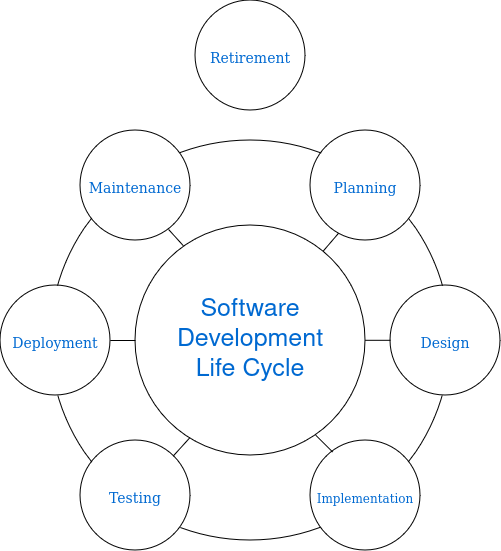
This is src/django/docs/assets/app-design/sdlc.png from ldynia/learning-api-styles, a draw.io export, as it was before one commit. Source tidied: cells renumbered, new cells last; positions are measured from the earlier drawing's top-left corner, leaving out a move shared by most shapes. Its diagram source:
```xml
<mxGraphModel>
  <root>
    <mxCell id="0" />
    <mxCell id="1" parent="0" />
    <mxCell id="2" style="ellipse;whiteSpace=wrap;html=1;rounded=0;shadow=0;dashed=0;comic=0;fontFamily=Verdana;fontSize=22;fontColor=#0069D1;fillColor=none;strokeColor=#000000;" parent="1" vertex="1">
      <mxGeometry x="50" y="140" width="400" height="400" as="geometry" />
    </mxCell>
    <mxCell id="3" value="&lt;font style=&quot;font-size: 14px;&quot;&gt;Planning&lt;/font&gt;" style="ellipse;whiteSpace=wrap;html=1;rounded=0;shadow=0;dashed=0;comic=0;fontFamily=Verdana;fontSize=22;fontColor=#0069D1;fillColor=#FFFFFF;strokeColor=#000000;" parent="1" vertex="1">
      <mxGeometry x="310" y="130" width="110" height="110" as="geometry" />
    </mxCell>
    <mxCell id="4" value="&lt;font style=&quot;font-size: 14px;&quot;&gt;Maintenance&lt;/font&gt;" style="ellipse;whiteSpace=wrap;html=1;rounded=0;shadow=0;dashed=0;comic=0;fontFamily=Verdana;fontSize=22;fontColor=#0069D1;fillColor=#FFFFFF;strokeColor=#000000;" parent="1" vertex="1">
      <mxGeometry x="80" y="130" width="110" height="110" as="geometry" />
    </mxCell>
    <mxCell id="5" value="&lt;font style=&quot;font-size: 14px;&quot;&gt;&lt;font style=&quot;font-size: 14px;&quot;&gt;Deployment&lt;/font&gt;&lt;/font&gt;" style="ellipse;whiteSpace=wrap;html=1;rounded=0;shadow=0;dashed=0;comic=0;fontFamily=Verdana;fontSize=22;fontColor=#0069D1;fillColor=#FFFFFF;strokeColor=#000000;" parent="1" vertex="1">
      <mxGeometry y="285" width="110" height="110" as="geometry" />
    </mxCell>
    <mxCell id="6" value="&lt;font style=&quot;font-size: 14px;&quot;&gt;D&lt;font style=&quot;font-size: 14px;&quot;&gt;esign&lt;/font&gt;&lt;/font&gt;" style="ellipse;whiteSpace=wrap;html=1;rounded=0;shadow=0;dashed=0;comic=0;fontFamily=Verdana;fontSize=22;fontColor=#0069D1;fillColor=#FFFFFF;strokeColor=#000000;" parent="1" vertex="1">
      <mxGeometry x="390" y="285" width="110" height="110" as="geometry" />
    </mxCell>
    <mxCell id="7" value="&lt;font style=&quot;font-size: 12px;&quot;&gt;Implementation&lt;/font&gt;" style="ellipse;whiteSpace=wrap;html=1;rounded=0;shadow=0;dashed=0;comic=0;fontFamily=Verdana;fontSize=22;fontColor=#0069D1;fillColor=#FFFFFF;strokeColor=#000000;" parent="1" vertex="1">
      <mxGeometry x="310" y="440" width="110" height="110" as="geometry" />
    </mxCell>
    <mxCell id="8" value="&lt;font style=&quot;font-size: 14px;&quot;&gt;&lt;font style=&quot;font-size: 14px;&quot;&gt;Testing&lt;/font&gt;&lt;/font&gt;" style="ellipse;whiteSpace=wrap;html=1;rounded=0;shadow=0;dashed=0;comic=0;fontFamily=Verdana;fontSize=22;fontColor=#0069D1;fillColor=#FFFFFF;strokeColor=#000000;" parent="1" vertex="1">
      <mxGeometry x="80" y="440" width="110" height="110" as="geometry" />
    </mxCell>
    <mxCell id="9" style="ellipse;whiteSpace=wrap;html=1;fillColor=none;fontSize=11;" parent="1" vertex="1">
      <mxGeometry x="135" y="225" width="230" height="230" as="geometry" />
    </mxCell>
    <mxCell id="10" style="endArrow=none;html=1;rounded=0;entryX=0.255;entryY=0.934;entryDx=0;entryDy=0;entryPerimeter=0;" parent="1" edge="1" source="9" target="3">
      <mxGeometry relative="1" as="geometry" />
    </mxCell>
    <mxCell id="11" style="endArrow=none;html=1;rounded=0;exitX=0.801;exitY=0.9;exitDx=0;exitDy=0;exitPerimeter=0;entryX=0.208;entryY=0.088;entryDx=0;entryDy=0;entryPerimeter=0;" parent="1" edge="1" source="4" target="9">
      <mxGeometry relative="1" as="geometry" />
    </mxCell>
    <mxCell id="12" style="endArrow=none;html=1;rounded=0;exitX=1;exitY=0.5;exitDx=0;exitDy=0;entryX=0;entryY=0.5;entryDx=0;entryDy=0;" parent="1" edge="1" source="5" target="9">
      <mxGeometry relative="1" as="geometry" />
    </mxCell>
    <mxCell id="13" style="endArrow=none;html=1;rounded=0;exitX=1;exitY=0.5;exitDx=0;exitDy=0;entryX=0;entryY=0.5;entryDx=0;entryDy=0;" parent="1" edge="1">
      <mxGeometry relative="1" as="geometry">
        <mxPoint x="365" y="339.8" as="sourcePoint" />
        <mxPoint x="390" y="339.8" as="targetPoint" />
      </mxGeometry>
    </mxCell>
    <mxCell id="14" style="endArrow=none;html=1;rounded=0;entryX=0.201;entryY=0.104;entryDx=0;entryDy=0;entryPerimeter=0;exitX=0.784;exitY=0.912;exitDx=0;exitDy=0;exitPerimeter=0;" parent="1" edge="1" source="9" target="7">
      <mxGeometry relative="1" as="geometry" />
    </mxCell>
    <mxCell id="15" style="endArrow=none;html=1;rounded=0;entryX=0.236;entryY=0.923;entryDx=0;entryDy=0;entryPerimeter=0;exitX=0.845;exitY=0.139;exitDx=0;exitDy=0;exitPerimeter=0;" parent="1" edge="1" source="8" target="9">
      <mxGeometry relative="1" as="geometry" />
    </mxCell>
    <mxCell id="16" value="&lt;font style=&quot;font-size: 14px;&quot;&gt;Retirement&lt;/font&gt;" style="ellipse;whiteSpace=wrap;html=1;rounded=0;shadow=0;dashed=0;comic=0;fontFamily=Verdana;fontSize=22;fontColor=#0069D1;fillColor=#FFFFFF;strokeColor=#000000;" parent="1" vertex="1">
      <mxGeometry x="195" width="110" height="110" as="geometry" />
    </mxCell>
    <mxCell id="17" value="&lt;div align=&quot;center&quot; style=&quot;font-size: 25px;&quot;&gt;&lt;font style=&quot;font-size: 25px;&quot; color=&quot;#0069d1&quot;&gt;Software Development&lt;/font&gt;&lt;/div&gt;&lt;div align=&quot;center&quot; style=&quot;font-size: 25px;&quot;&gt;&lt;font style=&quot;font-size: 25px;&quot; color=&quot;#0069d1&quot;&gt;Life Cycle&lt;/font&gt;&lt;/div&gt;" style="text;whiteSpace=wrap;html=1;align=center;" parent="1" vertex="1">
      <mxGeometry x="160" y="287.5" width="180" height="105" as="geometry" />
    </mxCell>
  </root>
</mxGraphModel>
```
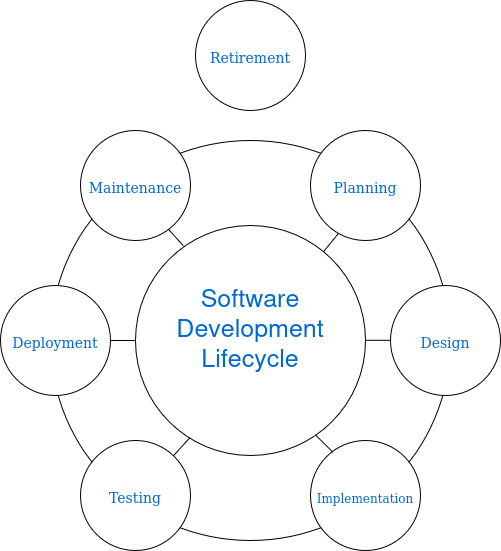
The same diagram one commit later.

The edit, as a diff of the source:
```diff
@@ -50,8 +50,8 @@
     <mxCell id="16" value="&lt;font style=&quot;font-size: 14px;&quot;&gt;Retirement&lt;/font&gt;" style="ellipse;whiteSpace=wrap;html=1;rounded=0;shadow=0;dashed=0;comic=0;fontFamily=Verdana;fontSize=22;fontColor=#0069D1;fillColor=#FFFFFF;strokeColor=#000000;" parent="1" vertex="1">
       <mxGeometry x="195" width="110" height="110" as="geometry" />
     </mxCell>
-    <mxCell id="17" value="&lt;div align=&quot;center&quot; style=&quot;font-size: 25px;&quot;&gt;&lt;font style=&quot;font-size: 25px;&quot; color=&quot;#0069d1&quot;&gt;Software Development&lt;/font&gt;&lt;/div&gt;&lt;div align=&quot;center&quot; style=&quot;font-size: 25px;&quot;&gt;&lt;font style=&quot;font-size: 25px;&quot; color=&quot;#0069d1&quot;&gt;Life Cycle&lt;/font&gt;&lt;/div&gt;" style="text;whiteSpace=wrap;html=1;align=center;" parent="1" vertex="1">
-      <mxGeometry x="160" y="287.5" width="180" height="105" as="geometry" />
+    <mxCell id="17" value="&lt;div style=&quot;font-size: 25px;&quot; align=&quot;center&quot;&gt;&lt;font style=&quot;font-size: 25px;&quot; color=&quot;#0069d1&quot;&gt;Software Development&lt;/font&gt;&lt;/div&gt;&lt;div style=&quot;font-size: 25px;&quot; align=&quot;center&quot;&gt;&lt;font style=&quot;font-size: 25px;&quot; color=&quot;#0069d1&quot;&gt;Lifecycle&lt;/font&gt;&lt;/div&gt;" style="text;whiteSpace=wrap;html=1;align=center;" parent="1" vertex="1">
+      <mxGeometry x="160" y="275" width="180" height="105" as="geometry" />
     </mxCell>
   </root>
 </mxGraphModel>
```
